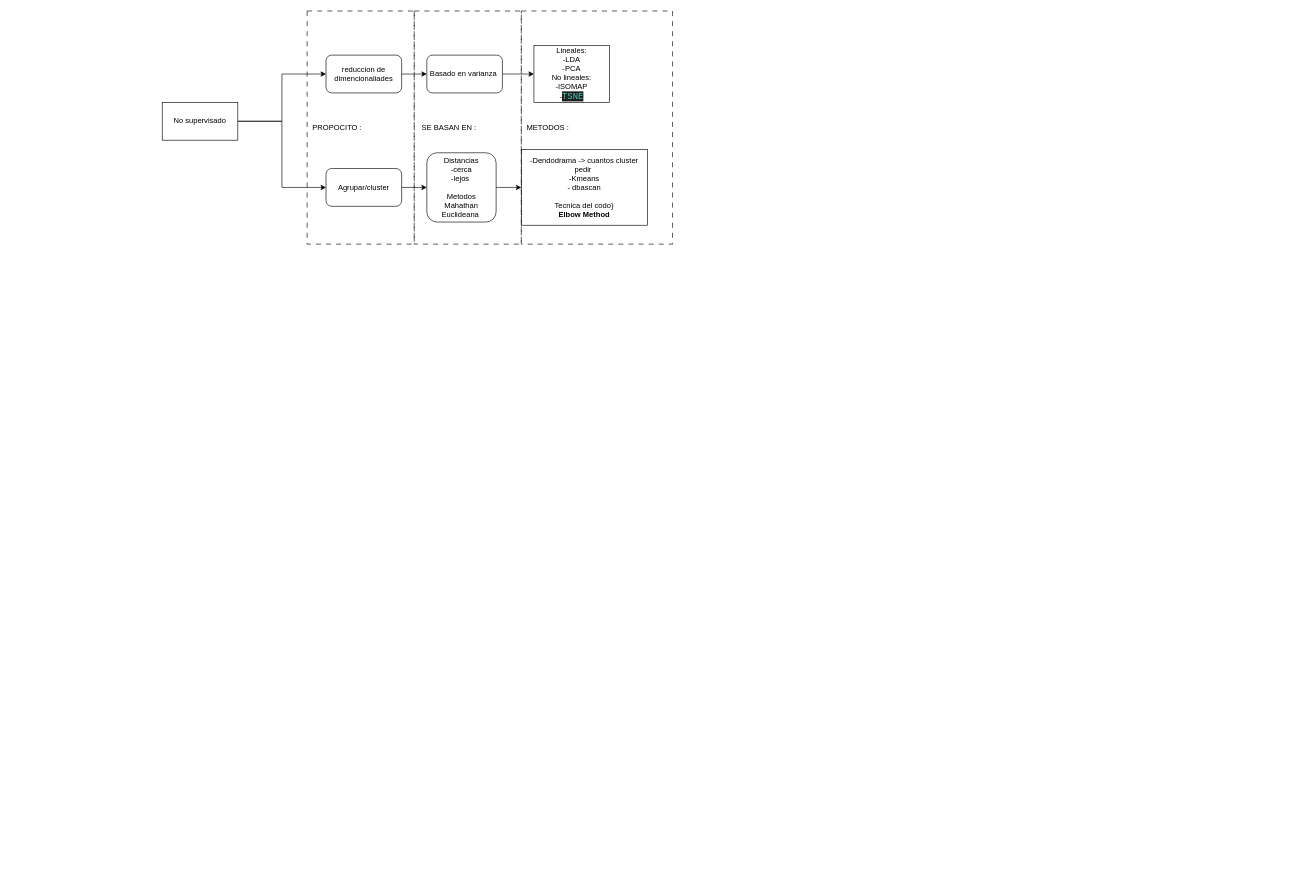
Above: Diagrama.drawio in AntonioConstantino/CursoCompletoML (draw.io), before the change. Source tidied: cells renumbered, new cells numbered last; positions are measured from the earlier drawing's top-left corner, leaving out a move shared by most shapes. Both pictures are drawn from the tidied source at 63%, with x=0, y=0 at pixel (162, 11).
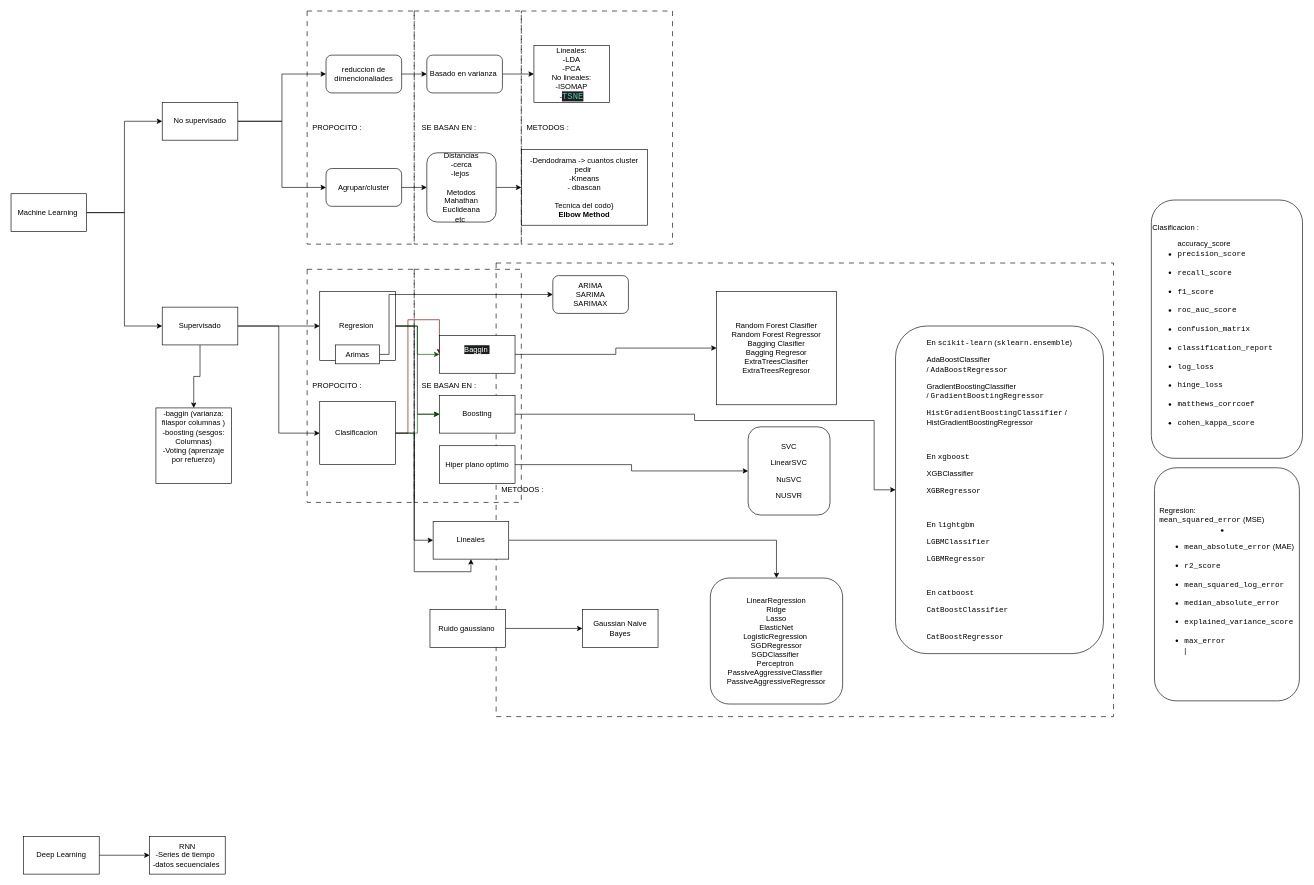
After the change.

Unchanged cells that the change refers to:
```xml
<mxCell id="5" value="No supervisado" style="rounded=0;whiteSpace=wrap;html=1;" parent="1" vertex="1">
  <mxGeometry y="145" width="120" height="60" as="geometry" />
</mxCell>
```

The edit, as a diff of the source:
```diff
@@
-    <mxCell id="11" value="Distancias&lt;br&gt;-cerca&lt;div&gt;-lejos&amp;nbsp;&lt;br&gt;&lt;br&gt;Metodos&lt;br&gt;Mahathan&lt;/div&gt;&lt;div&gt;Euclideana&amp;nbsp;&lt;/div&gt;" style="rounded=1;whiteSpace=wrap;html=1;" parent="1" vertex="1">
+    <mxCell id="11" value="Distancias&lt;br&gt;-cerca&lt;div&gt;-lejos&amp;nbsp;&lt;br&gt;&lt;br&gt;Metodos&lt;br&gt;Mahathan&lt;/div&gt;&lt;div&gt;Euclideana&lt;/div&gt;&lt;div&gt;etc&amp;nbsp;&lt;/div&gt;" style="rounded=1;whiteSpace=wrap;html=1;" parent="1" vertex="1">
       <mxGeometry x="420" y="225" width="110" height="110" as="geometry" />
     </mxCell>
@@
+    <mxCell id="18" style="edgeStyle=orthogonalEdgeStyle;rounded=0;jettySize=auto;html=1;entryX=0;entryY=0.5;entryDx=0;entryDy=0;" parent="1" edge="1" source="20" target="25">
+      <mxGeometry relative="1" as="geometry" />
+    </mxCell>
+    <mxCell id="19" style="edgeStyle=orthogonalEdgeStyle;rounded=0;jettySize=auto;html=1;entryX=0;entryY=0.5;entryDx=0;entryDy=0;" parent="1" edge="1" source="20" target="5">
+      <mxGeometry relative="1" as="geometry" />
+    </mxCell>
+    <mxCell id="20" value="Machine Learning&amp;nbsp;" style="rounded=0;whiteSpace=wrap;html=1;" parent="1" vertex="1">
+      <mxGeometry x="-240" y="290" width="120" height="60" as="geometry" />
+    </mxCell>
+    <mxCell id="21" value="-baggin (varianza: filaspor columnas )&lt;div&gt;-boosting (sesgos: Columnas)&lt;/div&gt;&lt;div&gt;-Voting (aprenzaje por refuerzo)&lt;/div&gt;&lt;div&gt;&lt;br&gt;&lt;/div&gt;&lt;div&gt;&lt;br&gt;&lt;/div&gt;" style="whiteSpace=wrap;html=1;rounded=0;" parent="1" vertex="1">
+      <mxGeometry x="-10" y="630" width="120" height="120" as="geometry" />
+    </mxCell>
+    <mxCell id="22" style="edgeStyle=orthogonalEdgeStyle;rounded=0;jettySize=auto;html=1;" parent="1" edge="1" source="25" target="21">
+      <mxGeometry relative="1" as="geometry" />
+    </mxCell>
+    <mxCell id="23" style="edgeStyle=orthogonalEdgeStyle;rounded=0;jettySize=auto;html=1;" parent="1" edge="1" source="25" target="35">
+      <mxGeometry relative="1" as="geometry" />
+    </mxCell>
+    <mxCell id="24" style="edgeStyle=orthogonalEdgeStyle;rounded=0;jettySize=auto;html=1;entryX=0;entryY=0.5;entryDx=0;entryDy=0;" parent="1" edge="1" source="25" target="39">
+      <mxGeometry relative="1" as="geometry" />
+    </mxCell>
+    <mxCell id="25" value="Supervisado" style="rounded=0;whiteSpace=wrap;html=1;" parent="1" vertex="1">
+      <mxGeometry y="470" width="120" height="60" as="geometry" />
+    </mxCell>
+    <mxCell id="26" value="&lt;p&gt;&amp;nbsp; &amp;nbsp;SE BASAN EN :&lt;/p&gt;" style="rounded=0;whiteSpace=wrap;html=1;fillColor=none;align=left;strokeColor=default;dashed=1;dashPattern=8 8;" parent="1" vertex="1">
+      <mxGeometry x="400" y="410" width="170" height="370" as="geometry" />
+    </mxCell>
+    <mxCell id="27" value="&lt;p&gt;&amp;nbsp; PROPOCITO :&lt;/p&gt;" style="rounded=0;whiteSpace=wrap;html=1;fillColor=none;align=left;strokeColor=default;dashed=1;dashPattern=8 8;" parent="1" vertex="1">
+      <mxGeometry x="230" y="410" width="170" height="370" as="geometry" />
+    </mxCell>
+    <mxCell id="28" value="&lt;p&gt;&amp;nbsp; METODOS :&lt;/p&gt;" style="rounded=0;whiteSpace=wrap;html=1;fillColor=none;align=left;strokeColor=default;dashed=1;dashPattern=8 8;" parent="1" vertex="1">
+      <mxGeometry x="530" y="400" width="980" height="720" as="geometry" />
+    </mxCell>
+    <mxCell id="29" style="edgeStyle=orthogonalEdgeStyle;rounded=0;jettySize=auto;html=1;" parent="1" edge="1" source="30" target="31">
+      <mxGeometry relative="1" as="geometry" />
+    </mxCell>
+    <mxCell id="30" value="Deep Learning" style="rounded=0;whiteSpace=wrap;html=1;" parent="1" vertex="1">
+      <mxGeometry x="-220" y="1310" width="120" height="60" as="geometry" />
+    </mxCell>
+    <mxCell id="31" value="RNN&lt;br&gt;-Series de tiempo&amp;nbsp;&amp;nbsp;&lt;div&gt;-datos secuenciales&amp;nbsp;&lt;/div&gt;" style="whiteSpace=wrap;html=1;rounded=0;" parent="1" vertex="1">
+      <mxGeometry x="-20" y="1310" width="120" height="60" as="geometry" />
+    </mxCell>
+    <mxCell id="32" style="edgeStyle=orthogonalEdgeStyle;rounded=0;jettySize=auto;html=1;entryX=0;entryY=0.5;entryDx=0;entryDy=0;" parent="1" edge="1" source="35" target="43">
+      <mxGeometry relative="1" as="geometry" />
+    </mxCell>
+    <mxCell id="33" style="edgeStyle=orthogonalEdgeStyle;rounded=0;jettySize=auto;html=1;entryX=0;entryY=0.5;entryDx=0;entryDy=0;fillColor=#008a00;strokeColor=#005700;" parent="1" edge="1" source="35" target="45">
+      <mxGeometry relative="1" as="geometry" />
+    </mxCell>
+    <mxCell id="34" style="edgeStyle=orthogonalEdgeStyle;rounded=0;jettySize=auto;html=1;entryX=0.5;entryY=1;entryDx=0;entryDy=0;" parent="1" edge="1" source="35" target="52">
+      <mxGeometry relative="1" as="geometry" />
+    </mxCell>
+    <mxCell id="35" value="Regresion&amp;nbsp;" style="rounded=0;whiteSpace=wrap;html=1;" parent="1" vertex="1">
+      <mxGeometry x="250" y="445" width="120" height="110" as="geometry" />
+    </mxCell>
+    <mxCell id="36" style="edgeStyle=orthogonalEdgeStyle;rounded=0;jettySize=auto;html=1;entryX=0;entryY=0.5;entryDx=0;entryDy=0;fillColor=#a20025;strokeColor=#6F0000;" parent="1" edge="1" source="39" target="45">
+      <mxGeometry relative="1" as="geometry">
+        <Array as="points">
+          <mxPoint x="390" y="670" />
+          <mxPoint x="390" y="490" />
+        </Array>
+      </mxGeometry>
+    </mxCell>
+    <mxCell id="37" style="edgeStyle=orthogonalEdgeStyle;rounded=0;jettySize=auto;html=1;entryX=0;entryY=0.5;entryDx=0;entryDy=0;fillColor=#008a00;strokeColor=#005700;" parent="1" edge="1" source="39" target="43">
+      <mxGeometry relative="1" as="geometry" />
+    </mxCell>
+    <mxCell id="38" style="edgeStyle=orthogonalEdgeStyle;rounded=0;jettySize=auto;html=1;entryX=0;entryY=0.5;entryDx=0;entryDy=0;" parent="1" edge="1" source="39" target="52">
+      <mxGeometry relative="1" as="geometry" />
+    </mxCell>
+    <mxCell id="39" value="Clasificacion&amp;nbsp;" style="rounded=0;whiteSpace=wrap;html=1;" parent="1" vertex="1">
+      <mxGeometry x="250" y="620" width="120" height="100" as="geometry" />
+    </mxCell>
+    <mxCell id="40" style="edgeStyle=orthogonalEdgeStyle;rounded=0;jettySize=auto;html=1;entryX=0;entryY=0.5;entryDx=0;entryDy=0;" parent="1" edge="1" source="41" target="49">
+      <mxGeometry relative="1" as="geometry">
+        <Array as="points">
+          <mxPoint x="360" y="545" />
+          <mxPoint x="360" y="450" />
+        </Array>
+      </mxGeometry>
+    </mxCell>
+    <mxCell id="41" value="Arimas" style="rounded=0;whiteSpace=wrap;html=1;" parent="1" vertex="1">
+      <mxGeometry x="275" y="530" width="70" height="30" as="geometry" />
+    </mxCell>
+    <mxCell id="42" style="edgeStyle=orthogonalEdgeStyle;rounded=0;jettySize=auto;html=1;entryX=0;entryY=0.5;entryDx=0;entryDy=0;" parent="1" edge="1" source="43" target="59">
+      <mxGeometry relative="1" as="geometry">
+        <Array as="points">
+          <mxPoint x="845" y="640" />
+          <mxPoint x="845" y="650" />
+          <mxPoint x="1130" y="650" />
+        </Array>
+      </mxGeometry>
+    </mxCell>
+    <mxCell id="43" value="Boosting" style="rounded=0;whiteSpace=wrap;html=1;" parent="1" vertex="1">
+      <mxGeometry x="440" y="610" width="120" height="60" as="geometry" />
+    </mxCell>
+    <mxCell id="44" style="edgeStyle=orthogonalEdgeStyle;rounded=0;jettySize=auto;html=1;entryX=0;entryY=0.5;entryDx=0;entryDy=0;" parent="1" edge="1" source="45" target="50">
+      <mxGeometry relative="1" as="geometry" />
+    </mxCell>
+    <mxCell id="45" value="&#10;&lt;span style=&quot;color: rgb(255, 255, 255); font-family: Helvetica; font-size: 12px; font-style: normal; font-variant-ligatures: normal; font-variant-caps: normal; font-weight: 400; letter-spacing: normal; orphans: 2; text-align: center; text-indent: 0px; text-transform: none; widows: 2; word-spacing: 0px; -webkit-text-stroke-width: 0px; white-space: normal; background-color: rgb(27, 29, 30); text-decoration-thickness: initial; text-decoration-style: initial; text-decoration-color: initial; display: inline !important; float: none;&quot;&gt;Baggin&amp;nbsp;&lt;/span&gt;&#10;&#10;" style="rounded=0;whiteSpace=wrap;html=1;" parent="1" vertex="1">
+      <mxGeometry x="440" y="515" width="120" height="60" as="geometry" />
+    </mxCell>
+    <mxCell id="46" style="edgeStyle=orthogonalEdgeStyle;rounded=0;jettySize=auto;html=1;" parent="1" edge="1" source="47" target="48">
+      <mxGeometry relative="1" as="geometry" />
+    </mxCell>
+    <mxCell id="47" value="Hiper plano optimo" style="rounded=0;whiteSpace=wrap;html=1;" parent="1" vertex="1">
+      <mxGeometry x="440" y="690" width="120" height="60" as="geometry" />
+    </mxCell>
+    <mxCell id="48" value="&lt;p&gt;SVC&lt;/p&gt;&lt;p&gt;LinearSVC&lt;/p&gt;&lt;p&gt;NuSVC&lt;/p&gt;&lt;p&gt;NUSVR&lt;/p&gt;" style="rounded=1;whiteSpace=wrap;html=1;" parent="1" vertex="1">
+      <mxGeometry x="930" y="660" width="130" height="140" as="geometry" />
+    </mxCell>
+    <mxCell id="49" value="ARIMA&lt;br&gt;SARIMA&lt;br&gt;SARIMAX" style="rounded=1;whiteSpace=wrap;html=1;" parent="1" vertex="1">
+      <mxGeometry x="620" y="420" width="120" height="60" as="geometry" />
+    </mxCell>
+    <mxCell id="50" value="Random Forest Clasifier&#10;Random Forest Regressor&#10;Bagging Clasifier&#10;Bagging Regresor&#10;ExtraTreesClasifier&#10;ExtraTreesRegresor" style="rounded=0;whiteSpace=wrap;html=1;" parent="1" vertex="1">
+      <mxGeometry x="880" y="445" width="190" height="180" as="geometry" />
+    </mxCell>
+    <mxCell id="51" style="edgeStyle=orthogonalEdgeStyle;rounded=0;jettySize=auto;html=1;" parent="1" edge="1" source="52" target="53">
+      <mxGeometry relative="1" as="geometry" />
+    </mxCell>
+    <mxCell id="52" value="Lineales" style="rounded=0;whiteSpace=wrap;html=1;" parent="1" vertex="1">
+      <mxGeometry x="430" y="810" width="120" height="60" as="geometry" />
+    </mxCell>
+    <mxCell id="53" value="&lt;div&gt;LinearRegression&lt;/div&gt;&lt;div&gt;Ridge&lt;/div&gt;&lt;div&gt;Lasso&lt;/div&gt;&lt;div&gt;ElasticNet&lt;/div&gt;&lt;div&gt;LogisticRegression&amp;nbsp;&lt;/div&gt;&lt;div&gt;SGDRegressor&lt;/div&gt;&lt;div&gt;SGDClassifier&amp;nbsp;&lt;/div&gt;&lt;div&gt;Perceptron&amp;nbsp;&lt;/div&gt;&lt;div&gt;PassiveAggressiveClassifier&amp;nbsp;&lt;/div&gt;&lt;div&gt;PassiveAggressiveRegressor&lt;/div&gt;" style="rounded=1;whiteSpace=wrap;html=1;" parent="1" vertex="1">
+      <mxGeometry x="870" y="900" width="210" height="200" as="geometry" />
+    </mxCell>
+    <mxCell id="54" style="edgeStyle=orthogonalEdgeStyle;rounded=0;jettySize=auto;html=1;entryX=0;entryY=0.5;entryDx=0;entryDy=0;" parent="1" edge="1" source="55" target="56">
+      <mxGeometry relative="1" as="geometry" />
+    </mxCell>
+    <mxCell id="55" value="Ruido gaussiano&amp;nbsp;" style="rounded=0;whiteSpace=wrap;html=1;" parent="1" vertex="1">
+      <mxGeometry x="425" y="950" width="120" height="60" as="geometry" />
+    </mxCell>
+    <mxCell id="56" value="Gaussian Naive Bayes" style="rounded=0;whiteSpace=wrap;html=1;" parent="1" vertex="1">
+      <mxGeometry x="667" y="950" width="120" height="60" as="geometry" />
+    </mxCell>
+    <mxCell id="57" value="&lt;div style=&quot;&quot;&gt;&lt;span style=&quot;background-color: transparent; color: light-dark(rgb(0, 0, 0), rgb(255, 255, 255));&quot;&gt;Clasificacion :&lt;/span&gt;&lt;/div&gt;&lt;ul&gt;&lt;code&gt;&lt;div style=&quot;&quot;&gt;&lt;span style=&quot;background-color: transparent; color: light-dark(rgb(0, 0, 0), rgb(255, 255, 255)); font-family: Helvetica;&quot;&gt;accuracy_score&lt;/span&gt;&lt;/div&gt;&lt;/code&gt;&lt;li style=&quot;&quot;&gt;&lt;code&gt;precision_score&lt;/code&gt;&lt;/li&gt;&lt;div style=&quot;&quot;&gt;&lt;br&gt;&lt;/div&gt;&lt;li style=&quot;&quot;&gt;&lt;code&gt;recall_score&lt;/code&gt;&lt;/li&gt;&lt;div style=&quot;&quot;&gt;&lt;br&gt;&lt;/div&gt;&lt;li style=&quot;&quot;&gt;&lt;code&gt;f1_score&lt;/code&gt;&lt;/li&gt;&lt;div style=&quot;&quot;&gt;&lt;br&gt;&lt;/div&gt;&lt;li style=&quot;&quot;&gt;&lt;code&gt;roc_auc_score&lt;/code&gt;&lt;/li&gt;&lt;div style=&quot;&quot;&gt;&lt;br&gt;&lt;/div&gt;&lt;li style=&quot;&quot;&gt;&lt;code&gt;confusion_matrix&lt;/code&gt;&lt;/li&gt;&lt;div style=&quot;&quot;&gt;&lt;br&gt;&lt;/div&gt;&lt;li style=&quot;&quot;&gt;&lt;code&gt;classification_report&lt;/code&gt;&lt;/li&gt;&lt;div style=&quot;&quot;&gt;&lt;br&gt;&lt;/div&gt;&lt;li style=&quot;&quot;&gt;&lt;code&gt;log_loss&lt;/code&gt;&lt;/li&gt;&lt;div style=&quot;&quot;&gt;&lt;br&gt;&lt;/div&gt;&lt;li style=&quot;&quot;&gt;&lt;code&gt;hinge_loss&lt;/code&gt;&lt;/li&gt;&lt;div style=&quot;&quot;&gt;&lt;br&gt;&lt;/div&gt;&lt;li style=&quot;&quot;&gt;&lt;code&gt;matthews_corrcoef&lt;/code&gt;&lt;/li&gt;&lt;div style=&quot;&quot;&gt;&lt;br&gt;&lt;/div&gt;&lt;li style=&quot;&quot;&gt;&lt;code&gt;cohen_kappa_score&lt;/code&gt;&lt;/li&gt;&lt;/ul&gt;" style="rounded=1;whiteSpace=wrap;html=1;align=left;" parent="1" vertex="1">
+      <mxGeometry x="1570" y="300" width="240" height="410" as="geometry" />
+    </mxCell>
+    <mxCell id="58" value="&lt;div style=&quot;text-align: left;&quot;&gt;&lt;span style=&quot;background-color: transparent; color: light-dark(rgb(0, 0, 0), rgb(255, 255, 255));&quot;&gt;Regresion:&lt;/span&gt;&lt;/div&gt;&lt;div style=&quot;text-align: left;&quot;&gt;&lt;code style=&quot;background-color: transparent; color: light-dark(rgb(0, 0, 0), rgb(255, 255, 255));&quot;&gt;mean_squared_error&lt;/code&gt;&lt;span style=&quot;background-color: transparent; color: light-dark(rgb(0, 0, 0), rgb(255, 255, 255));&quot;&gt; (MSE)&lt;/span&gt;&lt;/div&gt;&lt;li&gt;&lt;ul&gt;&lt;li style=&quot;text-align: left;&quot;&gt;&lt;code&gt;mean_absolute_error&lt;/code&gt; (MAE)&lt;/li&gt;&lt;div style=&quot;text-align: left;&quot;&gt;&lt;br&gt;&lt;/div&gt;&lt;li style=&quot;text-align: left;&quot;&gt;&lt;code&gt;r2_score&lt;/code&gt;&lt;/li&gt;&lt;div style=&quot;text-align: left;&quot;&gt;&lt;br&gt;&lt;/div&gt;&lt;li style=&quot;text-align: left;&quot;&gt;&lt;code&gt;mean_squared_log_error&lt;/code&gt;&lt;/li&gt;&lt;div style=&quot;text-align: left;&quot;&gt;&lt;br&gt;&lt;/div&gt;&lt;li style=&quot;text-align: left;&quot;&gt;&lt;code&gt;median_absolute_error&lt;/code&gt;&lt;/li&gt;&lt;div style=&quot;text-align: left;&quot;&gt;&lt;br&gt;&lt;/div&gt;&lt;li style=&quot;text-align: left;&quot;&gt;&lt;code&gt;explained_variance_score&lt;/code&gt;&lt;/li&gt;&lt;div style=&quot;text-align: left;&quot;&gt;&lt;br&gt;&lt;/div&gt;&lt;li style=&quot;text-align: left;&quot;&gt;&lt;code&gt;max_error&lt;/code&gt;&lt;/li&gt;&lt;div style=&quot;text-align: left;&quot;&gt;|&lt;/div&gt;&lt;/ul&gt;&lt;p&gt;&lt;/p&gt;&lt;/li&gt;" style="rounded=1;whiteSpace=wrap;html=1;" parent="1" vertex="1">
+      <mxGeometry x="1575" y="725" width="230" height="370" as="geometry" />
+    </mxCell>
+    <mxCell id="59" value="&lt;p style=&quot;text-align: left;&quot;&gt;En &lt;code class=&quot;western&quot;&gt;scikit-learn&lt;/code&gt; (&lt;code class=&quot;western&quot;&gt;sklearn.ensemble&lt;/code&gt;)&lt;/p&gt;&lt;p style=&quot;margin-bottom: 0in&quot;&gt;&lt;/p&gt;&lt;div style=&quot;text-align: left;&quot;&gt;&lt;span style=&quot;background-color: transparent; color: light-dark(rgb(0, 0, 0), rgb(255, 255, 255));&quot;&gt;AdaBoostClassifier&lt;/span&gt;&lt;/div&gt;&lt;div style=&quot;text-align: left;&quot;&gt;&lt;span style=&quot;background-color: transparent; color: light-dark(rgb(0, 0, 0), rgb(255, 255, 255));&quot;&gt;/ &lt;/span&gt;&lt;code style=&quot;background-color: transparent; color: light-dark(rgb(0, 0, 0), rgb(255, 255, 255));&quot; class=&quot;western&quot;&gt;AdaBoostRegressor&lt;/code&gt;&lt;/div&gt;&lt;p style=&quot;margin-bottom: 0in&quot;&gt;&lt;/p&gt;&lt;div style=&quot;text-align: left;&quot;&gt;&lt;span style=&quot;background-color: transparent; color: light-dark(rgb(0, 0, 0), rgb(255, 255, 255));&quot;&gt;GradientBoostingClassifier&lt;/span&gt;&lt;/div&gt;&lt;div style=&quot;text-align: left;&quot;&gt;&lt;span style=&quot;background-color: transparent; color: light-dark(rgb(0, 0, 0), rgb(255, 255, 255));&quot;&gt;/ &lt;/span&gt;&lt;code style=&quot;background-color: transparent; color: light-dark(rgb(0, 0, 0), rgb(255, 255, 255));&quot; class=&quot;western&quot;&gt;GradientBoostingRegressor&lt;/code&gt;&lt;/div&gt;&lt;p&gt;&lt;/p&gt;&lt;div style=&quot;text-align: left;&quot;&gt;&lt;code style=&quot;background-color: transparent; color: light-dark(rgb(0, 0, 0), rgb(255, 255, 255));&quot; class=&quot;western&quot;&gt;HistGradientBoostingClassifier&lt;/code&gt;&lt;span style=&quot;background-color: transparent; color: light-dark(rgb(0, 0, 0), rgb(255, 255, 255));&quot;&gt; /&lt;/span&gt;&lt;/div&gt;&lt;code class=&quot;western&quot;&gt;&lt;div style=&quot;text-align: left;&quot;&gt;&lt;span style=&quot;background-color: transparent; color: light-dark(rgb(0, 0, 0), rgb(255, 255, 255)); font-family: Helvetica;&quot;&gt;HistGradientBoostingRegressor&lt;/span&gt;&lt;/div&gt;&lt;/code&gt;&lt;p&gt;&lt;/p&gt;&lt;div style=&quot;text-align: left;&quot;&gt;&lt;br&gt;&lt;/div&gt;&lt;p style=&quot;text-align: left;&quot;&gt; En &lt;code class=&quot;western&quot;&gt;xgboost&lt;/code&gt;&lt;/p&gt;&lt;div style=&quot;text-align: left;&quot;&gt;&lt;span style=&quot;background-color: transparent; color: light-dark(rgb(0, 0, 0), rgb(255, 255, 255));&quot;&gt;XGBClassifier&lt;/span&gt;&lt;/div&gt;&lt;p style=&quot;text-align: left;&quot;&gt;&lt;code class=&quot;western&quot;&gt;XGBRegressor&lt;/code&gt;&lt;/p&gt;&lt;p style=&quot;text-align: left;&quot;&gt;&lt;br&gt;&lt;/p&gt;&lt;p style=&quot;text-align: left;&quot;&gt; En &lt;code class=&quot;western&quot;&gt;lightgbm&lt;/code&gt;&lt;/p&gt;&lt;p style=&quot;text-align: left; margin-bottom: 0in;&quot;&gt;&lt;code class=&quot;western&quot;&gt;LGBMClassifier&lt;/code&gt;&lt;/p&gt;&lt;p style=&quot;text-align: left;&quot;&gt;&lt;code class=&quot;western&quot;&gt;LGBMRegressor&lt;/code&gt;&lt;/p&gt;&lt;p style=&quot;text-align: left;&quot;&gt;&lt;br&gt;&lt;/p&gt;&lt;p style=&quot;text-align: left;&quot;&gt;En &lt;code class=&quot;western&quot;&gt;catboost&lt;/code&gt;&lt;/p&gt;&lt;p style=&quot;text-align: left; margin-bottom: 0in;&quot;&gt;&lt;code class=&quot;western&quot;&gt;CatBoostClassifier&lt;/code&gt;&lt;br&gt;&lt;/p&gt;&lt;div style=&quot;text-align: left;&quot;&gt;&lt;br&gt;&lt;/div&gt;&lt;p style=&quot;text-align: left;&quot;&gt;&lt;code class=&quot;western&quot;&gt;CatBoostRegressor&lt;/code&gt; &lt;br&gt;&lt;/p&gt;" style="rounded=1;whiteSpace=wrap;html=1;" parent="1" vertex="1">
+      <mxGeometry x="1164" y="500" width="330" height="520" as="geometry" />
+    </mxCell>
```
